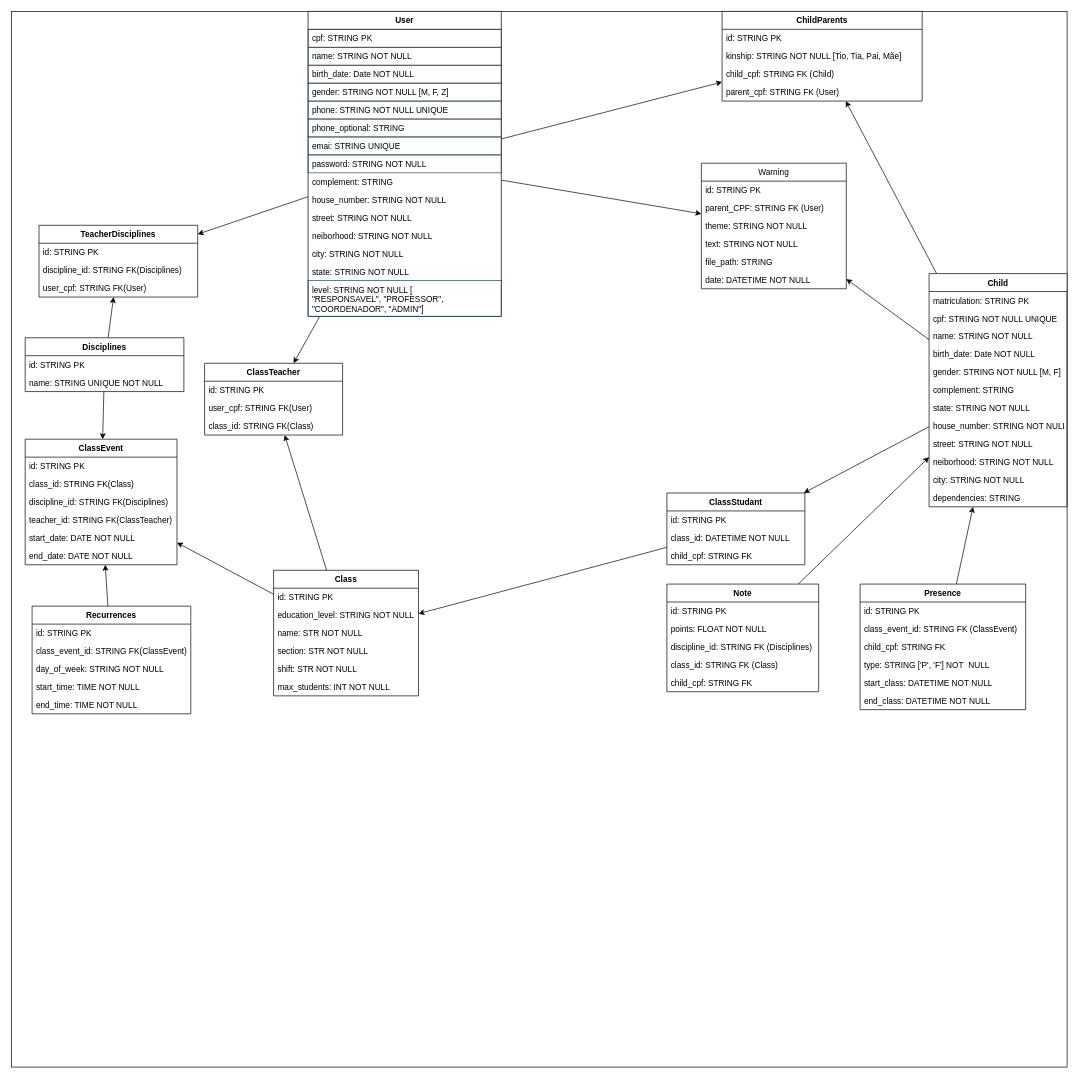
Earlier version of the draw.io diagram docs/der.drawio (mauriciobenjamin700/SMEIF-API). Source tidied: cells renumbered, new cells numbered last; positions are measured from the earlier drawing's top-left corner, leaving out a move shared by most shapes. Both pictures are drawn from the tidied source at 69%, with x=0, y=0 at pixel (11, 11).
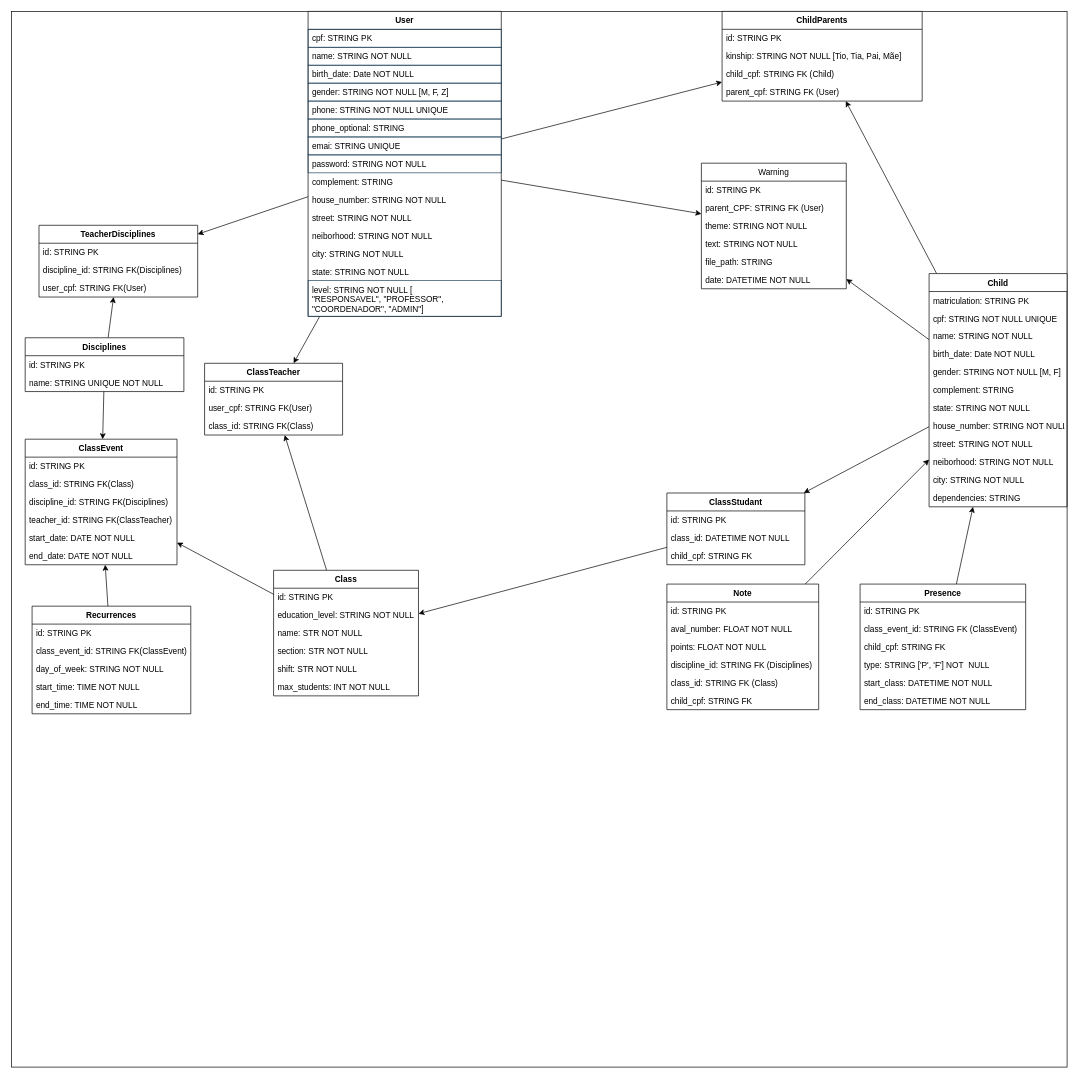
After the change.

The edit, as a diff of the source:
```diff
@@
     <mxCell id="48" value="Note" style="swimlane;fontStyle=1;align=center;verticalAlign=top;horizontal=1;startSize=26;" parent="1" vertex="1">
-      <mxGeometry x="950" y="830" width="220" height="156" as="geometry" />
+      <mxGeometry x="950" y="830" width="220" height="182" as="geometry" />
     </mxCell>
@@
+    <mxCell id="107" value="aval_number: FLOAT NOT NULL" style="text;strokeColor=none;fillColor=none;align=left;verticalAlign=top;spacingLeft=4;spacingRight=4;overflow=hidden;fontColor=#000000;" parent="48" vertex="1">
+      <mxGeometry y="52" width="220" height="26" as="geometry" />
+    </mxCell>
     <mxCell id="50" value="points: FLOAT NOT NULL" style="text;strokeColor=none;fillColor=none;align=left;verticalAlign=top;spacingLeft=4;spacingRight=4;overflow=hidden;fontColor=#000000;" parent="48" vertex="1">
-      <mxGeometry y="52" width="220" height="26" as="geometry" />
+      <mxGeometry y="78" width="220" height="26" as="geometry" />
     </mxCell>
     <mxCell id="51" value="discipline_id: STRING FK (Disciplines)" style="text;strokeColor=none;fillColor=none;align=left;verticalAlign=top;spacingLeft=4;spacingRight=4;overflow=hidden;fontColor=#000000;" parent="48" vertex="1">
-      <mxGeometry y="78" width="220" height="26" as="geometry" />
+      <mxGeometry y="104" width="220" height="26" as="geometry" />
     </mxCell>
     <mxCell id="52" value="class_id: STRING FK (Class)" style="text;strokeColor=none;fillColor=none;align=left;verticalAlign=top;spacingLeft=4;spacingRight=4;overflow=hidden;fontColor=#000000;" parent="48" vertex="1">
-      <mxGeometry y="104" width="220" height="26" as="geometry" />
+      <mxGeometry y="130" width="220" height="26" as="geometry" />
     </mxCell>
     <mxCell id="53" value="child_cpf: STRING FK" style="text;strokeColor=none;fillColor=none;align=left;verticalAlign=top;spacingLeft=4;spacingRight=4;overflow=hidden;fontColor=#000000;" parent="48" vertex="1">
-      <mxGeometry y="130" width="220" height="26" as="geometry" />
+      <mxGeometry y="156" width="220" height="26" as="geometry" />
     </mxCell>
```
